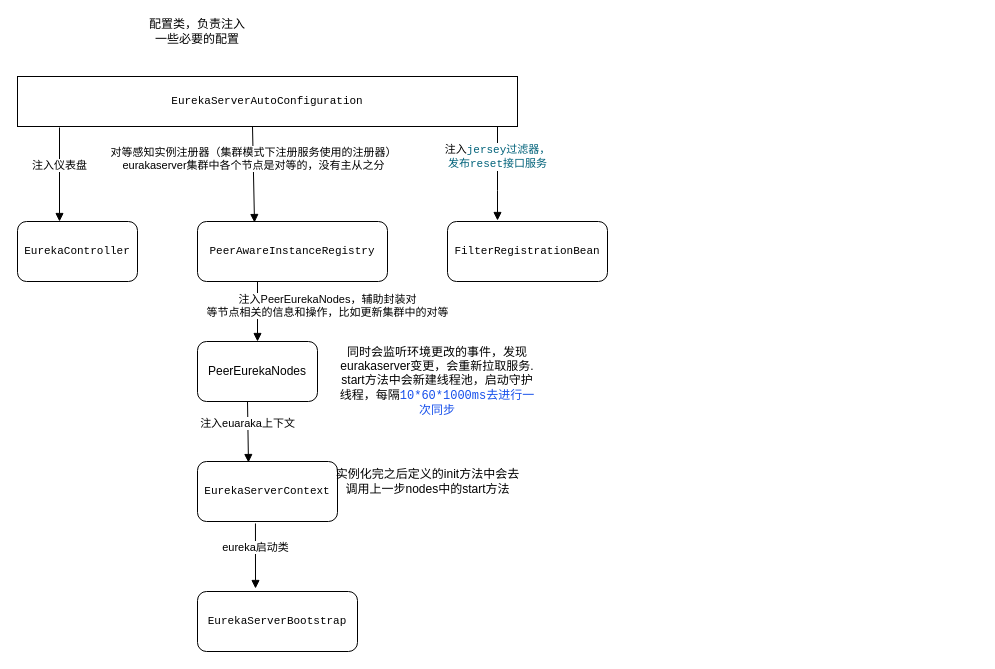
The draw.io diagram Untitled springCloud.drawio in qinhaohao1114/my-draw, before the edit. Source tidied: cells renumbered, new cells numbered last; positions are measured from the earlier drawing's top-left corner, leaving out a move shared by most shapes. Both pictures are drawn from the tidied source at 100%, with x=0, y=0 at pixel (17, 21).
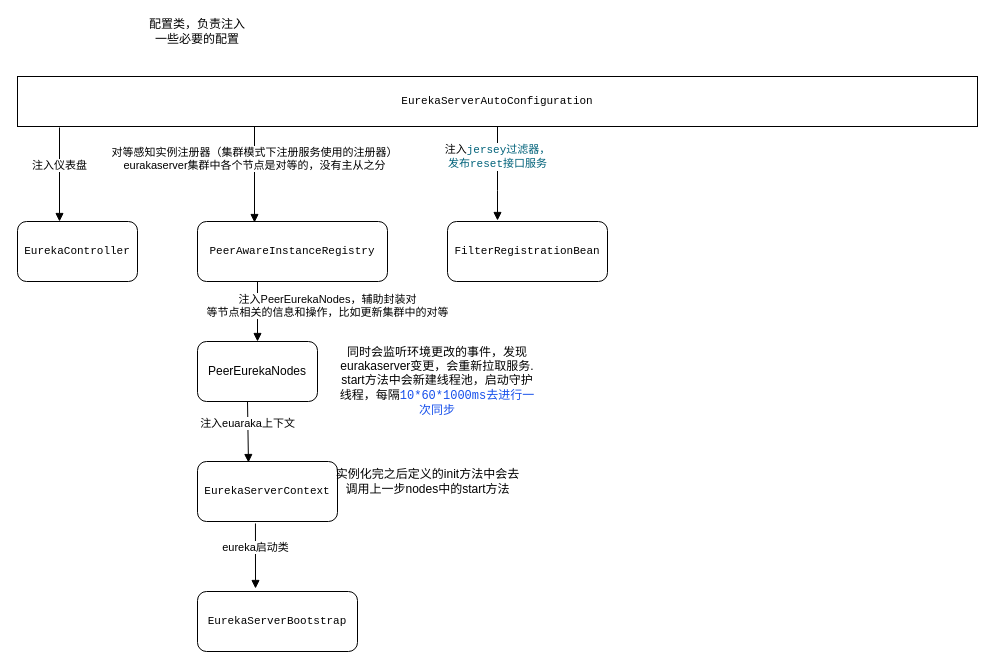
The same page after the edit.

Unchanged cells that the change refers to:
```xml
<mxCell id="6" value="&lt;pre style=&quot;color: rgb(8 , 8 , 8) ; font-family: &amp;#34;jetbrains mono&amp;#34; , monospace&quot;&gt;&lt;span style=&quot;color: rgb(0 , 0 , 0) ; background-color: rgb(255 , 255 , 255)&quot;&gt;&lt;font style=&quot;font-size: 11px&quot;&gt;PeerAwareInstanceRegistry&lt;/font&gt;&lt;/span&gt;&lt;/pre&gt;" style="rounded=1;whiteSpace=wrap;html=1;" parent="1" vertex="1">
  <mxGeometry x="180" y="200" width="190" height="60" as="geometry" />
</mxCell>
```

What changed in the source:
```diff
@@
     <mxCell id="2" value="&lt;pre style=&quot;color: rgb(8 , 8 , 8) ; font-family: &amp;#34;jetbrains mono&amp;#34; , monospace&quot;&gt;&lt;span style=&quot;color: rgb(0 , 0 , 0) ; background-color: rgb(255 , 255 , 255)&quot;&gt;&lt;font style=&quot;font-size: 11px&quot;&gt;EurekaServerAutoConfiguration&lt;/font&gt;&lt;/span&gt;&lt;/pre&gt;" style="rounded=0;whiteSpace=wrap;html=1;" parent="1" vertex="1">
-      <mxGeometry y="55" width="500" height="50" as="geometry" />
+      <mxGeometry y="55" width="960" height="50" as="geometry" />
     </mxCell>
@@
-    <mxCell id="7" value="对等感知实例注册器（集群模式下注册服务使用的注册器）&lt;br&gt;eurakaserver集群中各个节点是对等的，没有主从之分" style="html=1;verticalAlign=bottom;endArrow=block;entryX=0.3;entryY=0.017;entryDx=0;entryDy=0;entryPerimeter=0;exitX=0.47;exitY=1;exitDx=0;exitDy=0;exitPerimeter=0;" parent="1" edge="1" source="2" target="6">
-      <mxGeometry relative="1" as="geometry" />
+    <mxCell id="7" value="对等感知实例注册器（集群模式下注册服务使用的注册器）&lt;br&gt;eurakaserver集群中各个节点是对等的，没有主从之分" style="html=1;verticalAlign=bottom;endArrow=block;entryX=0.3;entryY=0.017;entryDx=0;entryDy=0;entryPerimeter=0;" parent="1" edge="1" target="6">
+      <mxGeometry relative="1" as="geometry">
+        <mxPoint x="237" y="105" as="sourcePoint" />
+      </mxGeometry>
     </mxCell>
```
